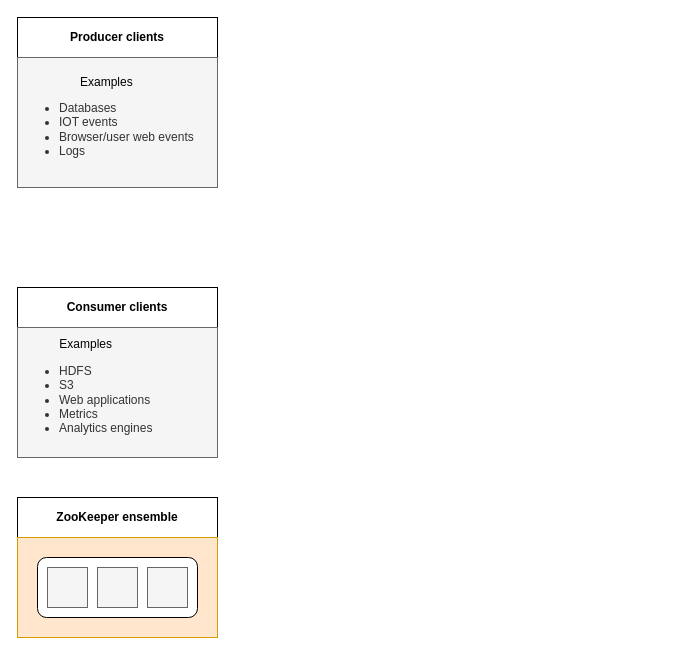
Before: books/apache-kafka/apache-kafka.drawio in chavp/data-modeling, a draw.io diagram. Source tidied: cells renumbered, new cells numbered last; positions are measured from the earlier drawing's top-left corner, leaving out a move shared by most shapes. Both pictures are drawn from the tidied source at 100%, with x=0, y=0 at pixel (17, 17).
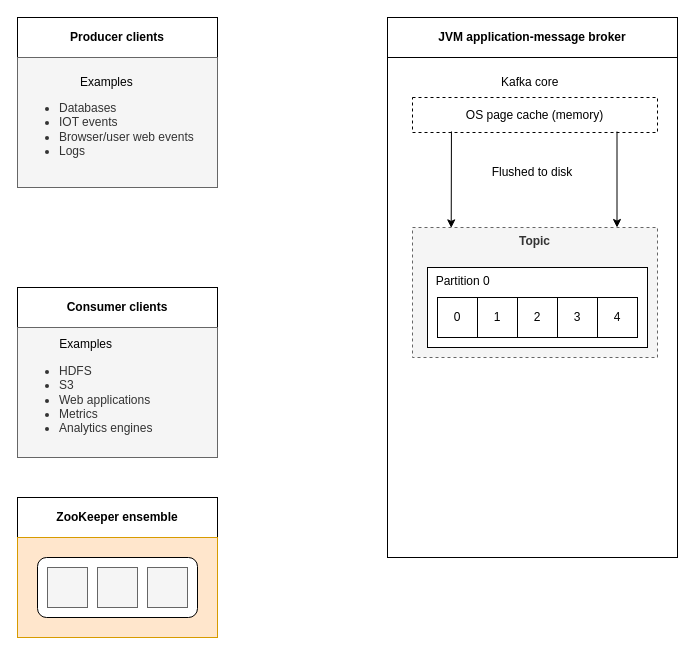
Above is the later version.

What changed in the source:
```diff
@@
+    <mxCell id="13" value="&lt;b&gt;JVM application-message broker&lt;/b&gt;" style="rounded=0;whiteSpace=wrap;html=1;" parent="1" vertex="1">
+      <mxGeometry x="370" width="290" height="40" as="geometry" />
+    </mxCell>
+    <mxCell id="14" style="rounded=0;whiteSpace=wrap;html=1;" parent="1" vertex="1">
+      <mxGeometry x="370" y="40" width="290" height="500" as="geometry" />
+    </mxCell>
+    <mxCell id="15" value="OS page cache (memory)" style="rounded=0;whiteSpace=wrap;html=1;dashed=1;" parent="1" vertex="1">
+      <mxGeometry x="395" y="80" width="245" height="35" as="geometry" />
+    </mxCell>
+    <mxCell id="16" value="Kafka core" style="text;strokeColor=none;fillColor=none;align=left;verticalAlign=middle;spacingLeft=4;spacingRight=4;overflow=hidden;whiteSpace=wrap;html=1;" parent="1" vertex="1">
+      <mxGeometry x="477.5" y="50" width="80" height="30" as="geometry" />
+    </mxCell>
+    <mxCell id="17" value="&lt;b&gt;Topic&lt;/b&gt;" style="rounded=0;whiteSpace=wrap;html=1;verticalAlign=top;dashed=1;fillColor=#f5f5f5;fontColor=#333333;strokeColor=#666666;" parent="1" vertex="1">
+      <mxGeometry x="395" y="210" width="245" height="130" as="geometry" />
+    </mxCell>
+    <mxCell id="18" value="&amp;nbsp; Partition 0" style="rounded=0;whiteSpace=wrap;html=1;verticalAlign=top;align=left;" parent="1" vertex="1">
+      <mxGeometry x="410" y="250" width="220" height="80" as="geometry" />
+    </mxCell>
+    <mxCell id="19" value="0" style="whiteSpace=wrap;html=1;" parent="1" vertex="1">
+      <mxGeometry x="420" y="280" width="40" height="40" as="geometry" />
+    </mxCell>
+    <mxCell id="20" value="1" style="whiteSpace=wrap;html=1;" parent="1" vertex="1">
+      <mxGeometry x="460" y="280" width="40" height="40" as="geometry" />
+    </mxCell>
+    <mxCell id="21" value="2" style="whiteSpace=wrap;html=1;" parent="1" vertex="1">
+      <mxGeometry x="500" y="280" width="40" height="40" as="geometry" />
+    </mxCell>
+    <mxCell id="22" value="3" style="whiteSpace=wrap;html=1;" parent="1" vertex="1">
+      <mxGeometry x="540" y="280" width="40" height="40" as="geometry" />
+    </mxCell>
+    <mxCell id="23" value="4" style="whiteSpace=wrap;html=1;" parent="1" vertex="1">
+      <mxGeometry x="580" y="280" width="40" height="40" as="geometry" />
+    </mxCell>
+    <mxCell id="24" value="Flushed to disk" style="text;html=1;align=center;verticalAlign=middle;whiteSpace=wrap;rounded=0;" parent="1" vertex="1">
+      <mxGeometry x="460" y="140" width="110" height="30" as="geometry" />
+    </mxCell>
+    <mxCell id="25" style="endArrow=classic;html=1;rounded=0;exitX=0.159;exitY=0.971;exitDx=0;exitDy=0;exitPerimeter=0;entryX=0.158;entryY=0.003;entryDx=0;entryDy=0;entryPerimeter=0;" parent="1" edge="1" source="15" target="17">
+      <mxGeometry relative="1" as="geometry" />
+    </mxCell>
+    <mxCell id="26" style="endArrow=classic;html=1;rounded=0;exitX=0.159;exitY=0.971;exitDx=0;exitDy=0;exitPerimeter=0;entryX=0.158;entryY=0.003;entryDx=0;entryDy=0;entryPerimeter=0;" parent="1" edge="1">
+      <mxGeometry relative="1" as="geometry">
+        <mxPoint x="599.5" y="114" as="sourcePoint" />
+        <mxPoint x="599.5" y="210" as="targetPoint" />
+      </mxGeometry>
+    </mxCell>
```
